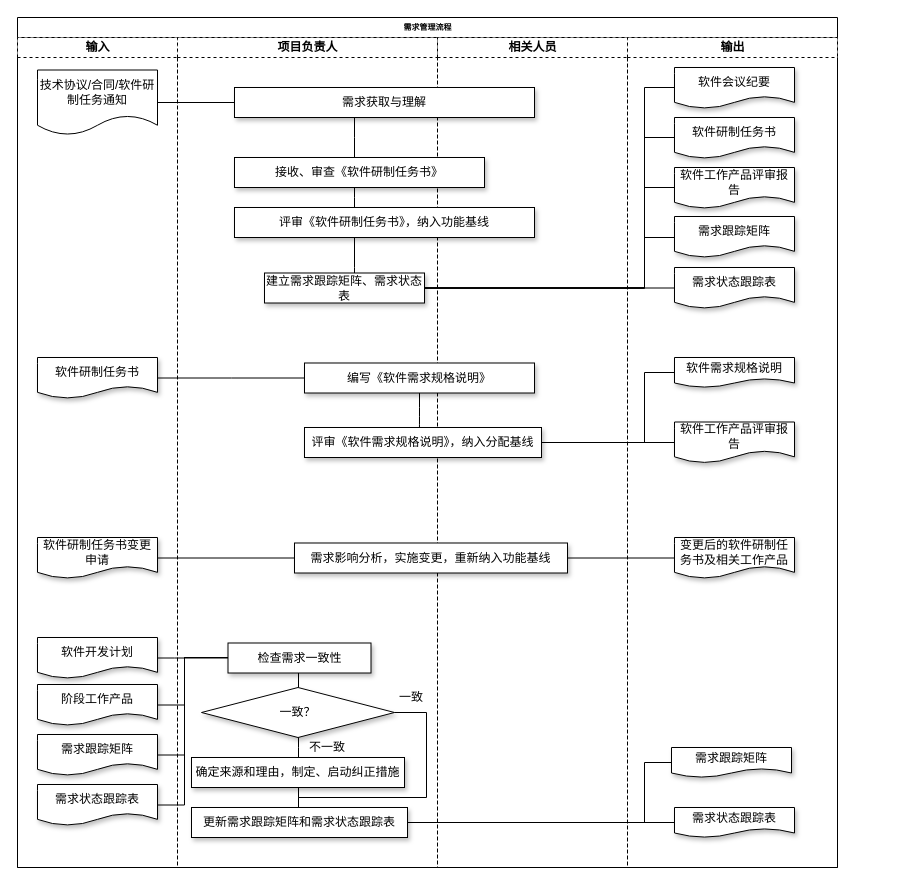
Earlier version of the draw.io diagram 国军标5000A-文审-软件需求管理过程域.drawio (ColonelDarcy2018/excelsior). Source tidied: cells renumbered, new cells numbered last; positions are measured from the earlier drawing's top-left corner, leaving out a move shared by most shapes. Both pictures are drawn from the tidied source at 100%, with x=0, y=0 at pixel (17, 17).
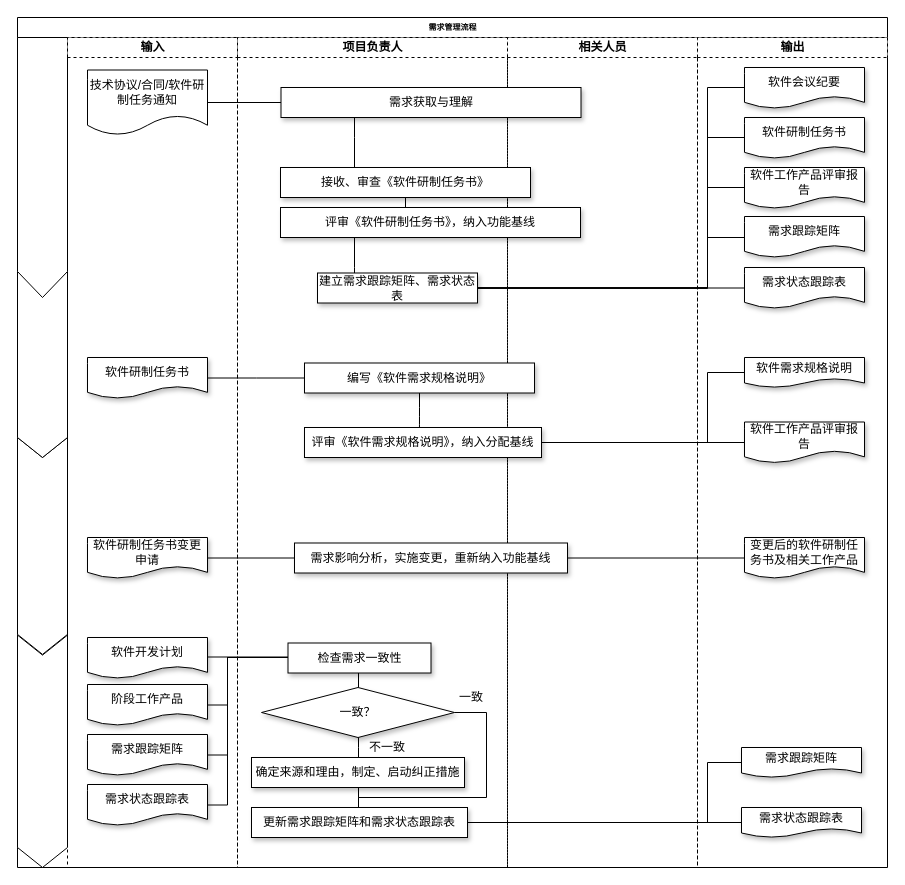
The same page after the edit.

Commit message:
Update 国军标5000A-文审-软件需求管理过程域.drawio

Unchanged cells that the change refers to:
```xml
<mxCell id="7" value="软件开发计划" style="shape=document;whiteSpace=wrap;html=1;boundedLbl=1;shadow=1;fontSize=12;" parent="3" vertex="1">
  <mxGeometry x="20" y="600" width="120" height="41" as="geometry" />
</mxCell>
<mxCell id="8" value="阶段工作产品" style="shape=document;whiteSpace=wrap;html=1;boundedLbl=1;shadow=1;fontSize=12;" parent="3" vertex="1">
  <mxGeometry x="20" y="647" width="120" height="41" as="geometry" />
</mxCell>
<mxCell id="9" value="需求跟踪矩阵" style="shape=document;whiteSpace=wrap;html=1;boundedLbl=1;shadow=1;fontSize=12;" parent="3" vertex="1">
  <mxGeometry x="20" y="697" width="120" height="41" as="geometry" />
</mxCell>
<mxCell id="10" value="需求状态跟踪表" style="shape=document;whiteSpace=wrap;html=1;boundedLbl=1;shadow=1;fontSize=12;" parent="3" vertex="1">
  <mxGeometry x="20" y="747" width="120" height="41" as="geometry" />
</mxCell>
<mxCell id="13" value="检查需求一致性" style="rounded=0;whiteSpace=wrap;html=1;shadow=1;fontSize=12;" parent="11" vertex="1">
  <mxGeometry x="50.5" y="605.5" width="143" height="30" as="geometry" />
</mxCell>
<mxCell id="19" value="更新需求跟踪矩阵和需求状态跟踪表" style="rounded=0;whiteSpace=wrap;html=1;shadow=1;fontSize=12;" parent="11" vertex="1">
  <mxGeometry x="14" y="770" width="216" height="30" as="geometry" />
</mxCell>
<mxCell id="25" value="软件工作产品评审报告" style="shape=document;whiteSpace=wrap;html=1;boundedLbl=1;shadow=1;fontSize=12;" parent="23" vertex="1">
  <mxGeometry x="47" y="130" width="120" height="41" as="geometry" />
</mxCell>
<mxCell id="26" value="软件会议纪要" style="shape=document;whiteSpace=wrap;html=1;boundedLbl=1;shadow=1;fontSize=12;" parent="23" vertex="1">
  <mxGeometry x="47" y="30" width="120" height="41" as="geometry" />
</mxCell>
<mxCell id="27" value="软件研制任务书" style="shape=document;whiteSpace=wrap;html=1;boundedLbl=1;shadow=1;fontSize=12;" parent="23" vertex="1">
  <mxGeometry x="47" y="80" width="120" height="41" as="geometry" />
</mxCell>
<mxCell id="28" value="软件需求规格说明" style="shape=document;whiteSpace=wrap;html=1;boundedLbl=1;shadow=1;fontSize=12;" parent="23" vertex="1">
  <mxGeometry x="47" y="320" width="120" height="30" as="geometry" />
</mxCell>
<mxCell id="30" value="需求跟踪矩阵" style="shape=document;whiteSpace=wrap;html=1;boundedLbl=1;shadow=1;fontSize=12;" parent="23" vertex="1">
  <mxGeometry x="44" y="710" width="120" height="30" as="geometry" />
</mxCell>
<mxCell id="58" value="评审《软件需求规格说明》，纳入分配基线" style="rounded=0;whiteSpace=wrap;html=1;shadow=1;fontSize=12;" parent="1" vertex="1">
  <mxGeometry x="287" y="410" width="237" height="30" as="geometry" />
</mxCell>
```

What changed in the source:
```diff
@@
     <mxCell id="2" value="需求管理流程" style="swimlane;html=1;startSize=20;rounded=0;shadow=0;labelBackgroundColor=none;strokeWidth=1;fontFamily=Verdana;fontSize=8;align=center;" parent="1" vertex="1">
-      <mxGeometry width="820" height="850" as="geometry" />
+      <mxGeometry width="870" height="850" as="geometry" />
     </mxCell>
+    <mxCell id="62" style="group;" parent="2" vertex="1">
+      <mxGeometry y="20" width="50" height="830" as="geometry" />
+    </mxCell>
+    <mxCell id="63" style="shape=step;perimeter=stepPerimeter;whiteSpace=wrap;html=1;fixedSize=1;size=20;direction=south;" parent="62" vertex="1">
+      <mxGeometry y="597.6" width="50" height="232.4" as="geometry" />
+    </mxCell>
+    <mxCell id="64" style="shape=step;perimeter=stepPerimeter;whiteSpace=wrap;html=1;fixedSize=1;size=20;direction=south;" parent="62" vertex="1">
+      <mxGeometry y="400" width="50" height="216.9" as="geometry" />
+    </mxCell>
+    <mxCell id="65" style="shape=step;perimeter=stepPerimeter;whiteSpace=wrap;html=1;fixedSize=1;size=20;direction=south;" parent="62" vertex="1">
+      <mxGeometry y="163.9" width="50" height="256.1" as="geometry" />
+    </mxCell>
+    <mxCell id="66" style="shape=offPageConnector;whiteSpace=wrap;html=1;size=0.1;" parent="62" vertex="1">
+      <mxGeometry width="50" height="260" as="geometry" />
+    </mxCell>
     <mxCell id="3" value="输入" style="swimlane;html=1;startSize=20;dashed=1;" parent="2" vertex="1">
-      <mxGeometry y="20" width="160" height="830" as="geometry" />
+      <mxGeometry x="50" y="20" width="170" height="830" as="geometry" />
     </mxCell>
@@
     <mxCell id="11" value="项目负责人" style="swimlane;html=1;startSize=20;dashed=1;" parent="2" vertex="1">
-      <mxGeometry x="160" y="20" width="260" height="830" as="geometry" />
+      <mxGeometry x="220" y="20" width="270" height="830" as="geometry" />
     </mxCell>
@@
     <mxCell id="22" value="相关人员" style="swimlane;html=1;startSize=20;dashed=1;" parent="2" vertex="1">
-      <mxGeometry x="420" y="20" width="190" height="830" as="geometry" />
+      <mxGeometry x="490" y="20" width="190" height="830" as="geometry" />
     </mxCell>
     <mxCell id="23" value="输出" style="swimlane;html=1;startSize=20;dashed=1;" parent="2" vertex="1">
-      <mxGeometry x="610" y="20" width="210" height="830" as="geometry" />
+      <mxGeometry x="680" y="20" width="190" height="830" as="geometry" />
     </mxCell>
@@
     <mxCell id="31" value="需求状态跟踪表" style="shape=document;whiteSpace=wrap;html=1;boundedLbl=1;shadow=1;fontSize=12;" parent="23" vertex="1">
-      <mxGeometry x="47" y="770" width="120" height="30" as="geometry" />
+      <mxGeometry x="44" y="770" width="120" height="30" as="geometry" />
     </mxCell>
@@
-    <mxCell id="33" style="edgeStyle=orthogonalEdgeStyle;rounded=0;sketch=0;jettySize=auto;html=1;endArrow=none;endFill=0;" parent="2" edge="1" source="7" target="13">
-      <mxGeometry relative="1" as="geometry">
-        <Array as="points">
-          <mxPoint x="157" y="641" />
-          <mxPoint x="157" y="641" />
-        </Array>
-      </mxGeometry>
-    </mxCell>
     <mxCell id="34" style="edgeStyle=orthogonalEdgeStyle;rounded=0;sketch=0;jettySize=auto;html=1;endArrow=none;endFill=0;" parent="2" edge="1" source="8" target="13">
       <mxGeometry relative="1" as="geometry">
         <Array as="points">
-          <mxPoint x="167" y="688" />
-          <mxPoint x="167" y="640" />
+          <mxPoint x="210" y="688" />
+          <mxPoint x="210" y="640" />
         </Array>
       </mxGeometry>
     </mxCell>
     <mxCell id="35" style="edgeStyle=orthogonalEdgeStyle;rounded=0;sketch=0;jettySize=auto;html=1;endArrow=none;endFill=0;" parent="2" edge="1" source="9" target="13">
       <mxGeometry relative="1" as="geometry">
         <Array as="points">
-          <mxPoint x="167" y="738" />
-          <mxPoint x="167" y="640" />
+          <mxPoint x="210" y="738" />
+          <mxPoint x="210" y="640" />
         </Array>
       </mxGeometry>
     </mxCell>
     <mxCell id="36" style="edgeStyle=orthogonalEdgeStyle;rounded=0;sketch=0;jettySize=auto;html=1;endArrow=none;endFill=0;" parent="2" edge="1" source="10" target="13">
       <mxGeometry relative="1" as="geometry">
         <Array as="points">
-          <mxPoint x="167" y="788" />
-          <mxPoint x="167" y="640" />
+          <mxPoint x="210" y="788" />
+          <mxPoint x="210" y="640" />
         </Array>
       </mxGeometry>
     </mxCell>
@@
     <mxCell id="38" style="edgeStyle=orthogonalEdgeStyle;rounded=0;sketch=0;jettySize=auto;html=1;endArrow=none;endFill=0;strokeColor=#000000;" parent="2" edge="1" source="19" target="30">
       <mxGeometry relative="1" as="geometry">
         <Array as="points">
-          <mxPoint x="627" y="805" />
-          <mxPoint x="627" y="745" />
+          <mxPoint x="690" y="805" />
+          <mxPoint x="690" y="745" />
         </Array>
       </mxGeometry>
     </mxCell>
+    <mxCell id="67" style="edgeStyle=orthogonalEdgeStyle;rounded=0;orthogonalLoop=1;jettySize=auto;html=1;endArrow=none;endFill=0;" parent="2" edge="1">
+      <mxGeometry relative="1" as="geometry">
+        <mxPoint x="190" y="639.5" as="sourcePoint" />
+        <mxPoint x="270.5" y="639.5" as="targetPoint" />
+      </mxGeometry>
+    </mxCell>
@@
     <mxCell id="40" value="需求获取与理解" style="rounded=0;whiteSpace=wrap;html=1;shadow=1;fontSize=12;" parent="1" vertex="1">
-      <mxGeometry x="217" y="70" width="300" height="30" as="geometry" />
+      <mxGeometry x="263.5" y="70" width="300" height="30" as="geometry" />
     </mxCell>
@@
     <mxCell id="43" style="edgeStyle=orthogonalEdgeStyle;rounded=0;sketch=0;jettySize=auto;html=1;endArrow=none;endFill=0;strokeColor=#000000;" parent="1" edge="1" source="47" target="48">
       <mxGeometry relative="1" as="geometry">
         <Array as="points">
-          <mxPoint x="627" y="270" />
-          <mxPoint x="627" y="220" />
+          <mxPoint x="690" y="270" />
+          <mxPoint x="690" y="220" />
         </Array>
       </mxGeometry>
     </mxCell>
     <mxCell id="44" style="edgeStyle=orthogonalEdgeStyle;rounded=0;sketch=0;jettySize=auto;html=1;endArrow=none;endFill=0;strokeColor=#000000;" parent="1" edge="1" source="47" target="25">
       <mxGeometry relative="1" as="geometry">
         <Array as="points">
-          <mxPoint x="627" y="270" />
-          <mxPoint x="627" y="170" />
+          <mxPoint x="690" y="270" />
+          <mxPoint x="690" y="170" />
         </Array>
       </mxGeometry>
     </mxCell>
     <mxCell id="45" style="edgeStyle=orthogonalEdgeStyle;rounded=0;sketch=0;jettySize=auto;html=1;endArrow=none;endFill=0;strokeColor=#000000;" parent="1" edge="1" source="47" target="27">
       <mxGeometry relative="1" as="geometry">
         <Array as="points">
-          <mxPoint x="627" y="270" />
-          <mxPoint x="627" y="120" />
+          <mxPoint x="690" y="270" />
+          <mxPoint x="690" y="120" />
         </Array>
       </mxGeometry>
     </mxCell>
     <mxCell id="46" style="edgeStyle=orthogonalEdgeStyle;rounded=0;sketch=0;jettySize=auto;html=1;endArrow=none;endFill=0;strokeColor=#000000;" parent="1" edge="1" source="47" target="26">
       <mxGeometry relative="1" as="geometry">
         <Array as="points">
-          <mxPoint x="627" y="270" />
-          <mxPoint x="627" y="70" />
+          <mxPoint x="690" y="270" />
+          <mxPoint x="690" y="70" />
         </Array>
       </mxGeometry>
     </mxCell>
     <mxCell id="47" value="建立需求跟踪矩阵、需求状态表" style="rounded=0;whiteSpace=wrap;html=1;shadow=1;fontSize=12;" parent="1" vertex="1">
-      <mxGeometry x="247" y="255.5" width="160" height="30" as="geometry" />
+      <mxGeometry x="300" y="255.5" width="160" height="30" as="geometry" />
     </mxCell>
     <mxCell id="48" value="需求跟踪矩阵" style="shape=document;whiteSpace=wrap;html=1;boundedLbl=1;shadow=1;fontSize=12;" parent="1" vertex="1">
-      <mxGeometry x="657" y="199" width="120" height="41" as="geometry" />
+      <mxGeometry x="727" y="199" width="120" height="41" as="geometry" />
     </mxCell>
@@
     <mxCell id="50" value="评审《软件研制任务书》，纳入功能基线" style="rounded=0;whiteSpace=wrap;html=1;shadow=1;fontSize=12;" parent="1" vertex="1">
-      <mxGeometry x="217" y="190" width="300" height="30" as="geometry" />
+      <mxGeometry x="263" y="190" width="300" height="30" as="geometry" />
     </mxCell>
@@
     <mxCell id="52" value="接收、审查《软件研制任务书》" style="rounded=0;whiteSpace=wrap;html=1;shadow=1;fontSize=12;" parent="1" vertex="1">
-      <mxGeometry x="217" y="140" width="250" height="30" as="geometry" />
+      <mxGeometry x="263" y="150" width="250" height="30" as="geometry" />
     </mxCell>
@@
     <mxCell id="57" style="edgeStyle=orthogonalEdgeStyle;rounded=0;sketch=0;jettySize=auto;html=1;endArrow=none;endFill=0;strokeColor=#000000;" parent="1" edge="1" source="58" target="28">
       <mxGeometry relative="1" as="geometry">
         <Array as="points">
-          <mxPoint x="627" y="425" />
-          <mxPoint x="627" y="355" />
+          <mxPoint x="690" y="425" />
+          <mxPoint x="690" y="355" />
         </Array>
       </mxGeometry>
     </mxCell>
```
